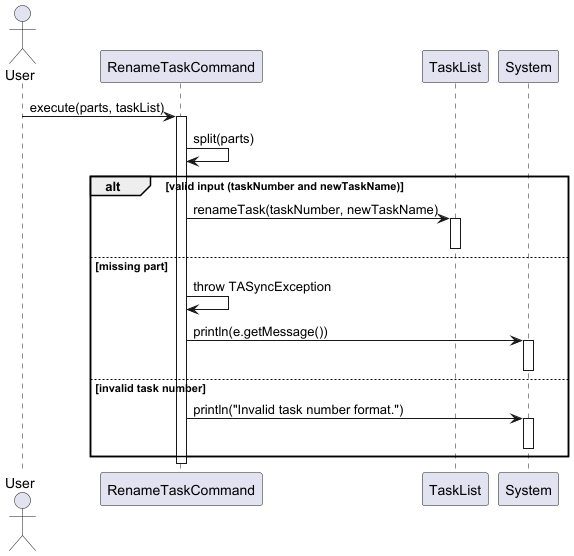
Before: docs/diagrams/tasklistcommands/RenameTaskCommandSequenceDiagram.png, a diagram exported from PlantUML (wongyihao02/tp). Its diagram source:
```plantuml
@startuml

actor User

participant "RenameTaskCommand" as RenameCmd
participant "TaskList" as TaskList
participant "System" as Console

User -> RenameCmd : execute(parts, taskList)
activate RenameCmd

RenameCmd -> RenameCmd : split(parts)

alt valid input (taskNumber and newTaskName)
    RenameCmd -> TaskList : renameTask(taskNumber, newTaskName)
    activate TaskList
    deactivate TaskList
else missing part
    RenameCmd -> RenameCmd : throw TASyncException
    RenameCmd -> Console : println(e.getMessage())
    activate Console
    deactivate Console
else invalid task number
    RenameCmd -> Console : println("Invalid task number format.")
    activate Console
    deactivate Console
end

deactivate RenameCmd
@enduml
```
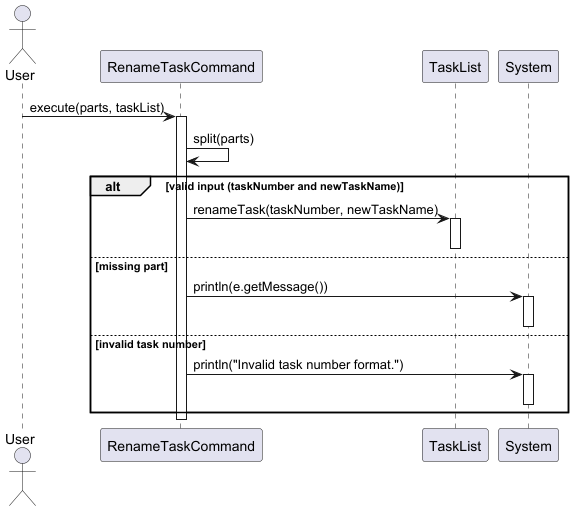
The same diagram one commit later.

The edit, as a diff of the source:
```diff
@@ -16,7 +16,6 @@
     activate TaskList
     deactivate TaskList
 else missing part
-    RenameCmd -> RenameCmd : throw TASyncException
     RenameCmd -> Console : println(e.getMessage())
     activate Console
     deactivate Console
```
